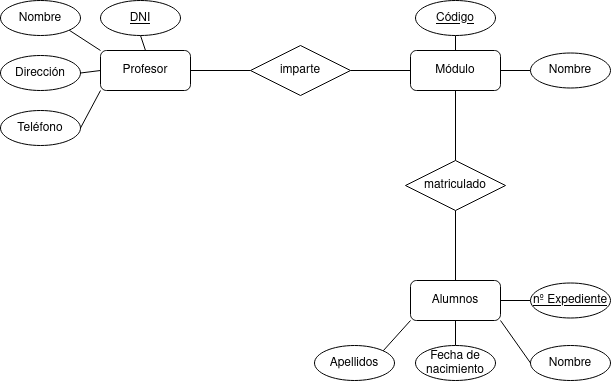
The draw.io diagram Unidad-1/Tareas/Tarea-4/Ejercicio5.drawio.png in LuisMGlez/base-datos, before a commit. Source tidied: cells renumbered, new cells last; positions are measured from the earlier drawing's top-left corner, leaving out a move shared by most shapes.
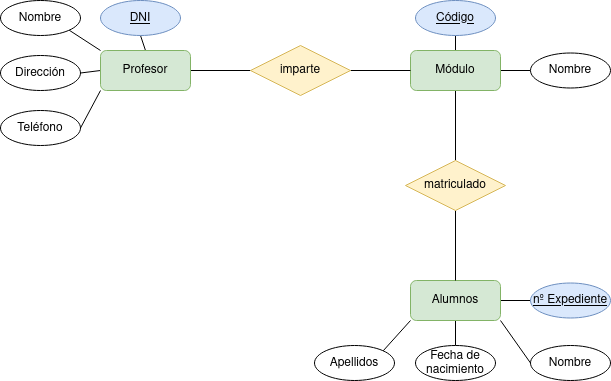
The same file after the commit.

Diff of the diagram source:
```diff
@@ -17,7 +17,7 @@
     <mxCell id="6" style="rounded=0;jettySize=auto;html=1;exitX=0.5;exitY=0;exitDx=0;exitDy=0;entryX=0.5;entryY=1;entryDx=0;entryDy=0;endArrow=none;endFill=0;" parent="1" edge="1" source="7" target="27">
       <mxGeometry relative="1" as="geometry" />
     </mxCell>
-    <mxCell id="7" value="Profesor" style="rounded=1;whiteSpace=wrap;html=1;" parent="1" vertex="1">
+    <mxCell id="7" value="Profesor" style="rounded=1;whiteSpace=wrap;html=1;fillColor=#d5e8d4;strokeColor=#82b366;" parent="1" vertex="1">
       <mxGeometry x="100" y="50" width="90" height="40" as="geometry" />
     </mxCell>
     <mxCell id="8" style="edgeStyle=orthogonalEdgeStyle;rounded=0;jettySize=auto;html=1;exitX=1;exitY=0.5;exitDx=0;exitDy=0;entryX=0;entryY=0.5;entryDx=0;entryDy=0;endArrow=none;endFill=0;" parent="1" edge="1" source="12" target="24">
@@ -32,7 +32,7 @@
     <mxCell id="11" style="rounded=0;jettySize=auto;html=1;exitX=0;exitY=1;exitDx=0;exitDy=0;entryX=1;entryY=0;entryDx=0;entryDy=0;endArrow=none;endFill=0;" parent="1" edge="1" source="12" target="23">
       <mxGeometry relative="1" as="geometry" />
     </mxCell>
-    <mxCell id="12" value="Alumnos" style="rounded=1;whiteSpace=wrap;html=1;" parent="1" vertex="1">
+    <mxCell id="12" value="Alumnos" style="rounded=1;whiteSpace=wrap;html=1;fillColor=#d5e8d4;strokeColor=#82b366;" parent="1" vertex="1">
       <mxGeometry x="410" y="280" width="90" height="40" as="geometry" />
     </mxCell>
     <mxCell id="13" style="edgeStyle=orthogonalEdgeStyle;rounded=0;jettySize=auto;html=1;exitX=0.5;exitY=1;exitDx=0;exitDy=0;entryX=0.5;entryY=0;entryDx=0;entryDy=0;endArrow=none;endFill=0;" parent="1" edge="1" source="16" target="20">
@@ -44,22 +44,22 @@
     <mxCell id="15" style="edgeStyle=orthogonalEdgeStyle;rounded=0;jettySize=auto;html=1;exitX=1;exitY=0.5;exitDx=0;exitDy=0;entryX=0;entryY=0.5;entryDx=0;entryDy=0;endArrow=none;endFill=0;" parent="1" edge="1" source="16" target="29">
       <mxGeometry relative="1" as="geometry" />
     </mxCell>
-    <mxCell id="16" value="Módulo" style="rounded=1;whiteSpace=wrap;html=1;" parent="1" vertex="1">
+    <mxCell id="16" value="Módulo" style="rounded=1;whiteSpace=wrap;html=1;fillColor=#d5e8d4;strokeColor=#82b366;" parent="1" vertex="1">
       <mxGeometry x="410" y="50" width="90" height="40" as="geometry" />
     </mxCell>
     <mxCell id="17" style="edgeStyle=orthogonalEdgeStyle;rounded=0;jettySize=auto;html=1;exitX=1;exitY=0.5;exitDx=0;exitDy=0;entryX=0;entryY=0.5;entryDx=0;entryDy=0;endArrow=none;endFill=0;" parent="1" edge="1" source="18" target="16">
       <mxGeometry relative="1" as="geometry" />
     </mxCell>
-    <mxCell id="18" value="imparte" style="rhombus;whiteSpace=wrap;html=1;" parent="1" vertex="1">
+    <mxCell id="18" value="imparte" style="rhombus;whiteSpace=wrap;html=1;fillColor=#fff2cc;strokeColor=#d6b656;" parent="1" vertex="1">
       <mxGeometry x="250" y="45" width="100" height="50" as="geometry" />
     </mxCell>
     <mxCell id="19" style="edgeStyle=orthogonalEdgeStyle;rounded=0;jettySize=auto;html=1;exitX=0.5;exitY=1;exitDx=0;exitDy=0;entryX=0.5;entryY=0;entryDx=0;entryDy=0;endArrow=none;endFill=0;" parent="1" edge="1" source="20" target="12">
       <mxGeometry relative="1" as="geometry" />
     </mxCell>
-    <mxCell id="20" value="matriculado" style="rhombus;whiteSpace=wrap;html=1;" parent="1" vertex="1">
+    <mxCell id="20" value="matriculado" style="rhombus;whiteSpace=wrap;html=1;fillColor=#fff2cc;strokeColor=#d6b656;" parent="1" vertex="1">
       <mxGeometry x="405" y="160" width="100" height="50" as="geometry" />
     </mxCell>
-    <mxCell id="21" value="&lt;u&gt;Código&lt;/u&gt;" style="ellipse;whiteSpace=wrap;html=1;" parent="1" vertex="1">
+    <mxCell id="21" value="&lt;u&gt;Código&lt;/u&gt;" style="ellipse;whiteSpace=wrap;html=1;fillColor=#dae8fc;strokeColor=#6c8ebf;" parent="1" vertex="1">
       <mxGeometry x="415" width="80" height="35" as="geometry" />
     </mxCell>
     <mxCell id="22" value="Fecha de nacimiento" style="ellipse;whiteSpace=wrap;html=1;" parent="1" vertex="1">
@@ -68,7 +68,7 @@
     <mxCell id="23" value="Apellidos" style="ellipse;whiteSpace=wrap;html=1;" parent="1" vertex="1">
       <mxGeometry x="314" y="345" width="80" height="35" as="geometry" />
     </mxCell>
-    <mxCell id="24" value="&lt;u&gt;nº Expediente&lt;/u&gt;" style="ellipse;whiteSpace=wrap;html=1;" parent="1" vertex="1">
+    <mxCell id="24" value="&lt;u&gt;nº Expediente&lt;/u&gt;" style="ellipse;whiteSpace=wrap;html=1;fillColor=#dae8fc;strokeColor=#6c8ebf;" parent="1" vertex="1">
       <mxGeometry x="530" y="282.5" width="80" height="35" as="geometry" />
     </mxCell>
     <mxCell id="25" value="Teléfono" style="ellipse;whiteSpace=wrap;html=1;" parent="1" vertex="1">
@@ -77,7 +77,7 @@
     <mxCell id="26" value="Dirección" style="ellipse;whiteSpace=wrap;html=1;" parent="1" vertex="1">
       <mxGeometry y="55" width="80" height="35" as="geometry" />
     </mxCell>
-    <mxCell id="27" value="&lt;u&gt;DNI&lt;/u&gt;" style="ellipse;whiteSpace=wrap;html=1;" parent="1" vertex="1">
+    <mxCell id="27" value="&lt;u&gt;DNI&lt;/u&gt;" style="ellipse;whiteSpace=wrap;html=1;fillColor=#dae8fc;strokeColor=#6c8ebf;" parent="1" vertex="1">
       <mxGeometry x="100" width="80" height="35" as="geometry" />
     </mxCell>
     <mxCell id="28" value="Nombre" style="ellipse;whiteSpace=wrap;html=1;" parent="1" vertex="1">
```
